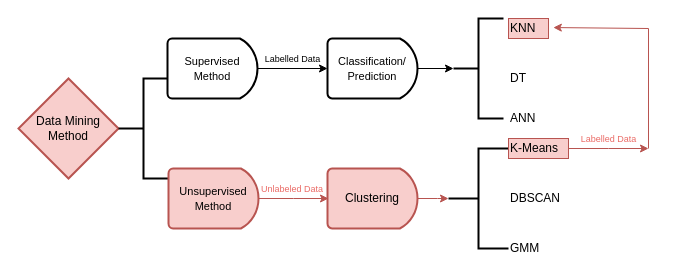
The draw.io diagram selectingmethod.drawio in nimeng95/monika, before the edit. Source tidied: cells renumbered, new cells numbered last; positions are measured from the earlier drawing's top-left corner, leaving out a move shared by most shapes. Both pictures are drawn from the tidied source at 100%, with x=0, y=0 at pixel (18, 18).
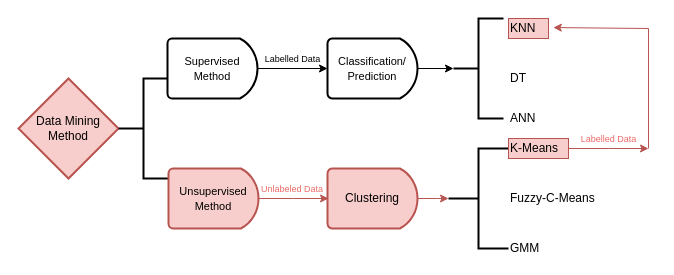
The same page after the edit.

Diff of the diagram source:
```diff
@@
-    <mxCell id="16" value="DBSCAN" style="text;html=1;align=left;verticalAlign=middle;" parent="1" vertex="1">
-      <mxGeometry x="490" y="170" width="70" height="20" as="geometry" />
+    <mxCell id="16" value="Fuzzy-C-Means" style="text;html=1;align=left;verticalAlign=middle;" parent="1" vertex="1">
+      <mxGeometry x="490" y="170" width="100" height="20" as="geometry" />
     </mxCell>
```
